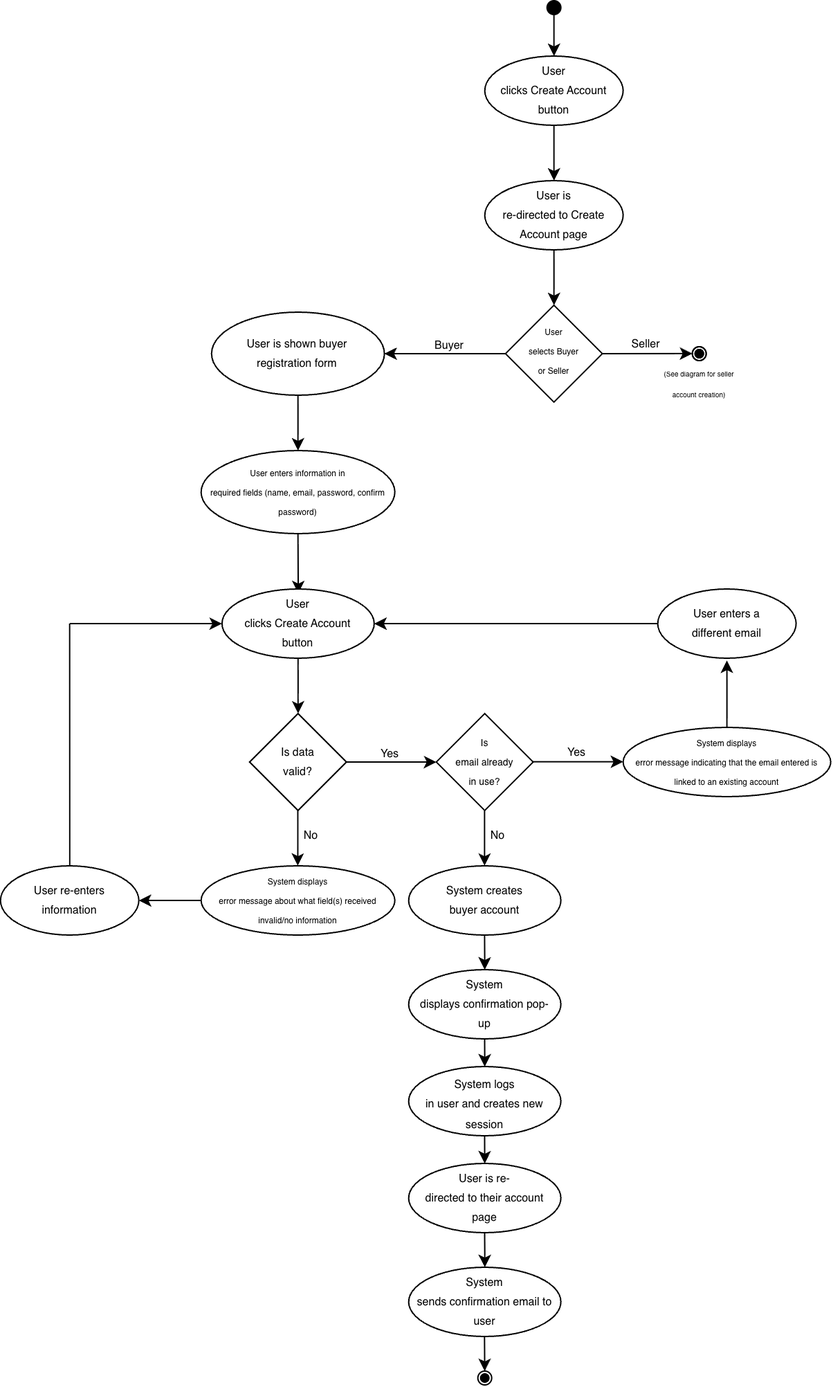
The draw.io diagram Camila Da Silva/US1_Buyer_Create_Account/US1_Activity.png in Jason-Kng/Bulldog-Records, before a commit. Source tidied: cells renumbered, new cells last; positions are measured from the earlier drawing's top-left corner, leaving out a move shared by most shapes.
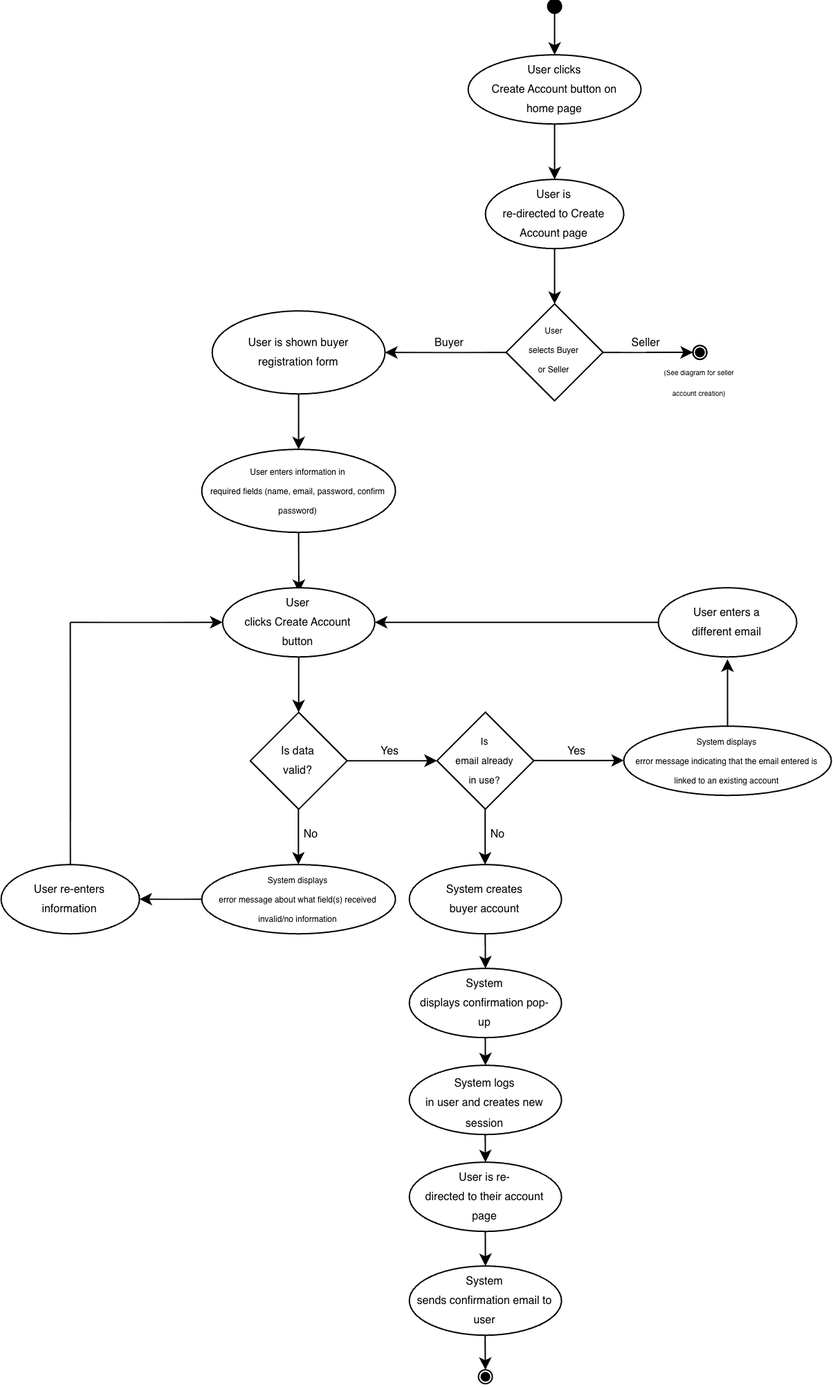
Later version of the same file.

Commit message:
US1 Activity Diagram Changes

Updated initial box of activity diagram to show home page

Diff of the diagram source:
```diff
@@ -10,8 +10,8 @@
         <mxPoint x="400" y="40" as="targetPoint" />
       </mxGeometry>
     </mxCell>
-    <mxCell id="4" value="&lt;font style=&quot;font-size: 8px; color: light-dark(rgb(0, 0, 0), rgb(0, 0, 0));&quot;&gt;User clicks Create Account button&lt;/font&gt;" style="ellipse;whiteSpace=wrap;html=1;shapeInside=1;fillColor=light-dark(#FFFFFF,#4D4D4D);strokeColor=light-dark(#000000,#000000);" parent="1" vertex="1">
-      <mxGeometry x="350" y="40" width="100" height="50" as="geometry" />
+    <mxCell id="4" value="&lt;font style=&quot;font-size: 8px; color: light-dark(rgb(0, 0, 0), rgb(0, 0, 0));&quot;&gt;User clicks Create Account button on home page&lt;/font&gt;" style="ellipse;whiteSpace=wrap;html=1;shapeInside=1;fillColor=light-dark(#FFFFFF,#4D4D4D);strokeColor=light-dark(#000000,#000000);" parent="1" vertex="1">
+      <mxGeometry x="337.5" y="40" width="124.9" height="50" as="geometry" />
     </mxCell>
     <mxCell id="5" style="endArrow=classic;html=1;rounded=0;exitX=0.5;exitY=1;exitDx=0;exitDy=0;strokeColor=light-dark(#000000,#000000);" parent="1" edge="1" source="4">
       <mxGeometry relative="1" as="geometry">
```
